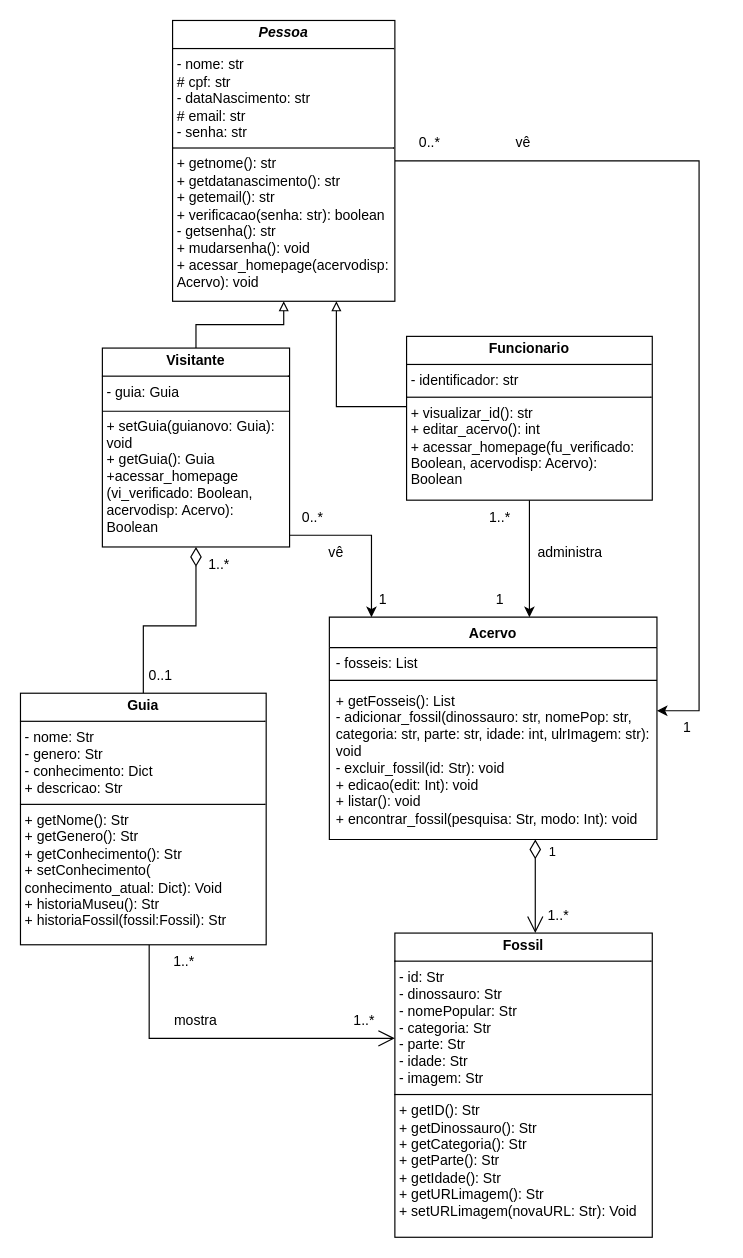
The draw.io diagram diagramaMuseuDino.drawio in LeticiaMMorais/ProjetoMuseuDino, before the edit. Source tidied: cells renumbered, new cells numbered last; positions are measured from the earlier drawing's top-left corner, leaving out a move shared by most shapes. Both pictures are drawn from the tidied source at 117%, with x=0, y=0 at pixel (20, 20).
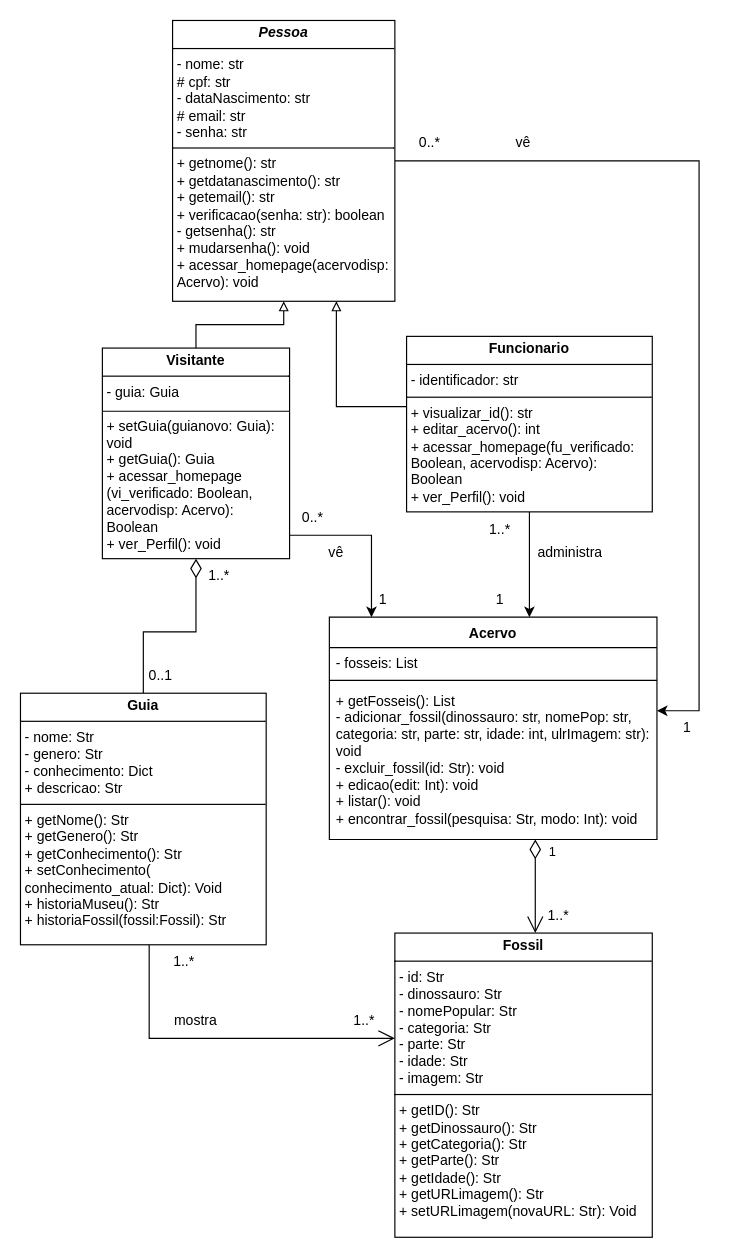
The same page after the edit.

What changed in the source:
```diff
@@
-    <mxCell id="6" value="&lt;p style=&quot;margin:0px;margin-top:4px;text-align:center;&quot;&gt;&lt;b&gt;Visitante&lt;/b&gt;&lt;/p&gt;&lt;hr size=&quot;1&quot; style=&quot;border-style:solid;&quot;&gt;&lt;p style=&quot;margin:0px;margin-left:4px;&quot;&gt;&lt;span style=&quot;background-color: initial;&quot;&gt;- guia: Guia&lt;/span&gt;&lt;/p&gt;&lt;p style=&quot;margin:0px;margin-left:4px;&quot;&gt;&lt;span style=&quot;background-color: initial;&quot;&gt;&lt;br&gt;&lt;/span&gt;&lt;/p&gt;&lt;p style=&quot;margin:0px;margin-left:4px;&quot;&gt;&lt;span style=&quot;background-color: initial;&quot;&gt;+ setGuia(guianovo: Guia): void&lt;/span&gt;&lt;/p&gt;&lt;p style=&quot;margin:0px;margin-left:4px;&quot;&gt;&lt;span style=&quot;background-color: initial;&quot;&gt;+ getGuia(): Guia&lt;/span&gt;&lt;/p&gt;&lt;p style=&quot;margin:0px;margin-left:4px;&quot;&gt;+acessar_homepage (vi_verificado: Boolean, acervodisp: Acervo): Boolean&lt;/p&gt;&lt;p style=&quot;margin:0px;margin-left:4px;&quot;&gt;&lt;br&gt;&lt;/p&gt;" style="verticalAlign=top;align=left;overflow=fill;html=1;whiteSpace=wrap;" parent="1" vertex="1">
-      <mxGeometry x="70" y="280" width="160" height="170" as="geometry" />
+    <mxCell id="6" value="&lt;p style=&quot;margin:0px;margin-top:4px;text-align:center;&quot;&gt;&lt;b&gt;Visitante&lt;/b&gt;&lt;/p&gt;&lt;hr size=&quot;1&quot; style=&quot;border-style:solid;&quot;&gt;&lt;p style=&quot;margin:0px;margin-left:4px;&quot;&gt;&lt;span style=&quot;background-color: initial;&quot;&gt;- guia: Guia&lt;/span&gt;&lt;/p&gt;&lt;p style=&quot;margin:0px;margin-left:4px;&quot;&gt;&lt;span style=&quot;background-color: initial;&quot;&gt;&lt;br&gt;&lt;/span&gt;&lt;/p&gt;&lt;p style=&quot;margin:0px;margin-left:4px;&quot;&gt;&lt;span style=&quot;background-color: initial;&quot;&gt;+ setGuia(guianovo: Guia): void&lt;/span&gt;&lt;/p&gt;&lt;p style=&quot;margin:0px;margin-left:4px;&quot;&gt;&lt;span style=&quot;background-color: initial;&quot;&gt;+ getGuia(): Guia&lt;/span&gt;&lt;/p&gt;&lt;p style=&quot;margin:0px;margin-left:4px;&quot;&gt;+ acessar_homepage (vi_verificado: Boolean, acervodisp: Acervo): Boolean&lt;/p&gt;&lt;p style=&quot;margin:0px;margin-left:4px;&quot;&gt;+ ver_Perfil(): void&lt;/p&gt;" style="verticalAlign=top;align=left;overflow=fill;html=1;whiteSpace=wrap;" parent="1" vertex="1">
+      <mxGeometry x="70" y="280" width="160" height="180" as="geometry" />
     </mxCell>
@@
-    <mxCell id="9" value="&lt;p style=&quot;margin:0px;margin-top:4px;text-align:center;&quot;&gt;&lt;b&gt;Funcionario&lt;/b&gt;&lt;/p&gt;&lt;hr size=&quot;1&quot; style=&quot;border-style:solid;&quot;&gt;&lt;p style=&quot;margin:0px;margin-left:4px;&quot;&gt;- identificador: str&lt;/p&gt;&lt;hr size=&quot;1&quot; style=&quot;border-style:solid;&quot;&gt;&lt;p style=&quot;margin:0px;margin-left:4px;&quot;&gt;+ visualizar_id(): str&lt;/p&gt;&lt;p style=&quot;margin:0px;margin-left:4px;&quot;&gt;+ editar_acervo(): int&lt;/p&gt;&lt;p style=&quot;margin:0px;margin-left:4px;&quot;&gt;+ acessar_homepage(fu_verificado: Boolean, acervodisp: Acervo): Boolean&lt;/p&gt;" style="verticalAlign=top;align=left;overflow=fill;html=1;whiteSpace=wrap;" parent="1" vertex="1">
-      <mxGeometry x="330" y="270" width="210" height="140" as="geometry" />
+    <mxCell id="9" value="&lt;p style=&quot;margin:0px;margin-top:4px;text-align:center;&quot;&gt;&lt;b&gt;Funcionario&lt;/b&gt;&lt;/p&gt;&lt;hr size=&quot;1&quot; style=&quot;border-style:solid;&quot;&gt;&lt;p style=&quot;margin:0px;margin-left:4px;&quot;&gt;- identificador: str&lt;/p&gt;&lt;hr size=&quot;1&quot; style=&quot;border-style:solid;&quot;&gt;&lt;p style=&quot;margin:0px;margin-left:4px;&quot;&gt;+ visualizar_id(): str&lt;/p&gt;&lt;p style=&quot;margin:0px;margin-left:4px;&quot;&gt;+ editar_acervo(): int&lt;/p&gt;&lt;p style=&quot;margin:0px;margin-left:4px;&quot;&gt;+ acessar_homepage(fu_verificado: Boolean, acervodisp: Acervo): Boolean&lt;/p&gt;&lt;p style=&quot;margin:0px;margin-left:4px;&quot;&gt;+&amp;nbsp;&lt;span style=&quot;background-color: transparent; color: light-dark(rgb(0, 0, 0), rgb(255, 255, 255));&quot;&gt;ver_Perfil(): void&lt;/span&gt;&lt;/p&gt;" style="verticalAlign=top;align=left;overflow=fill;html=1;whiteSpace=wrap;" parent="1" vertex="1">
+      <mxGeometry x="330" y="270" width="210" height="150" as="geometry" />
     </mxCell>
@@
     <mxCell id="20" value="1..*" style="text;html=1;align=center;verticalAlign=middle;whiteSpace=wrap;rounded=0;" parent="1" vertex="1">
-      <mxGeometry x="140" y="450" width="60" height="30" as="geometry" />
+      <mxGeometry x="140" y="460" width="60" height="30" as="geometry" />
     </mxCell>
@@
     <mxCell id="30" value="1..*" style="text;html=1;align=center;verticalAlign=middle;whiteSpace=wrap;rounded=0;" parent="1" vertex="1">
-      <mxGeometry x="380" y="410" width="60" height="30" as="geometry" />
+      <mxGeometry x="380" y="420" width="60" height="30" as="geometry" />
     </mxCell>
```
